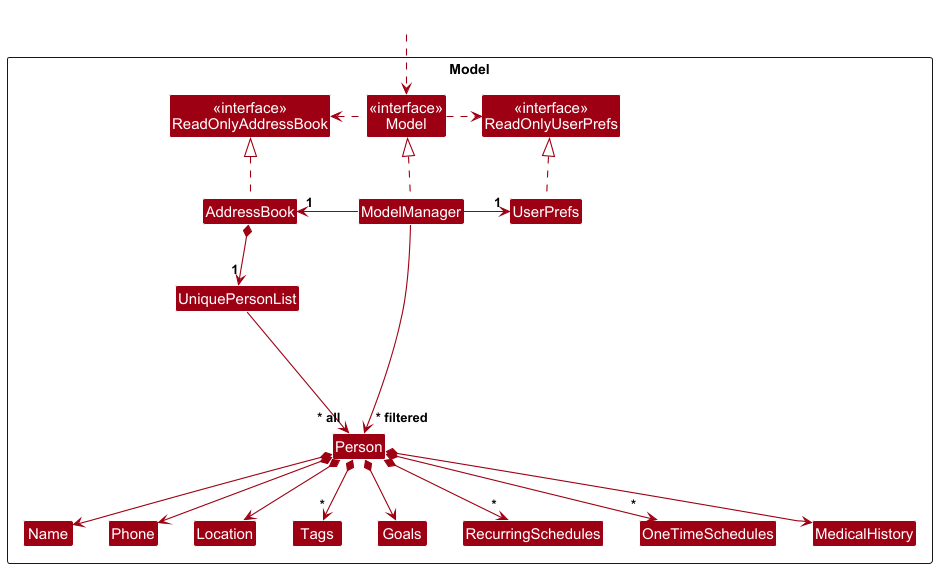
This is docs/images/ModelClassDiagram.png from AY2425S2-CS2103T-T13-1/tp, a PlantUML export, as it was before one commit.
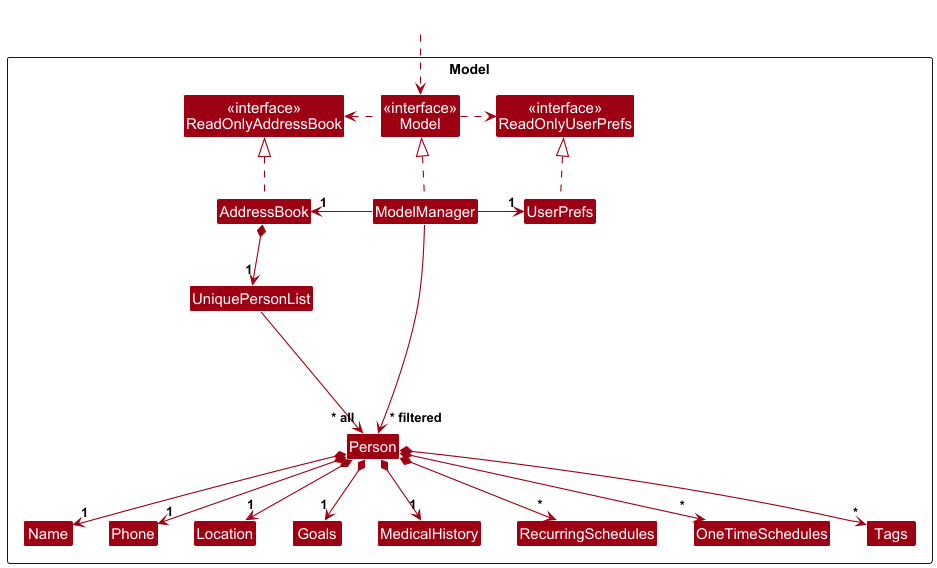
The same file after the commit.

Commit message:
Update ModelClassDiagram multiplicity

Change to the diagram source:
```diff
@@ -14,14 +14,14 @@
 
 Class UniquePersonList
 Class Person
-Class Location
 Class Name
 Class Phone
-Class Tags
 Class Goals
+Class MedicalHistory
+Class Location
 Class RecurringSchedules
 Class OneTimeSchedules
-Class MedicalHistory
+Class Tags
 
 Class I #FFFFFF
 }
@@ -40,11 +40,11 @@
 
 AddressBook *--> "1" UniquePersonList
 UniquePersonList --> "~* all" Person
-Person *--> Name
-Person *--> Phone
-Person *--> Location
-Person *--> Goals
-Person *--> MedicalHistory
+Person *--> "1" Name
+Person *--> "1" Phone
+Person *--> "1" Location
+Person *--> "1" Goals
+Person *--> "1" MedicalHistory
 Person *--> "*" Tags
 Person *--> "*" RecurringSchedules
 Person *--> "*" OneTimeSchedules
```
